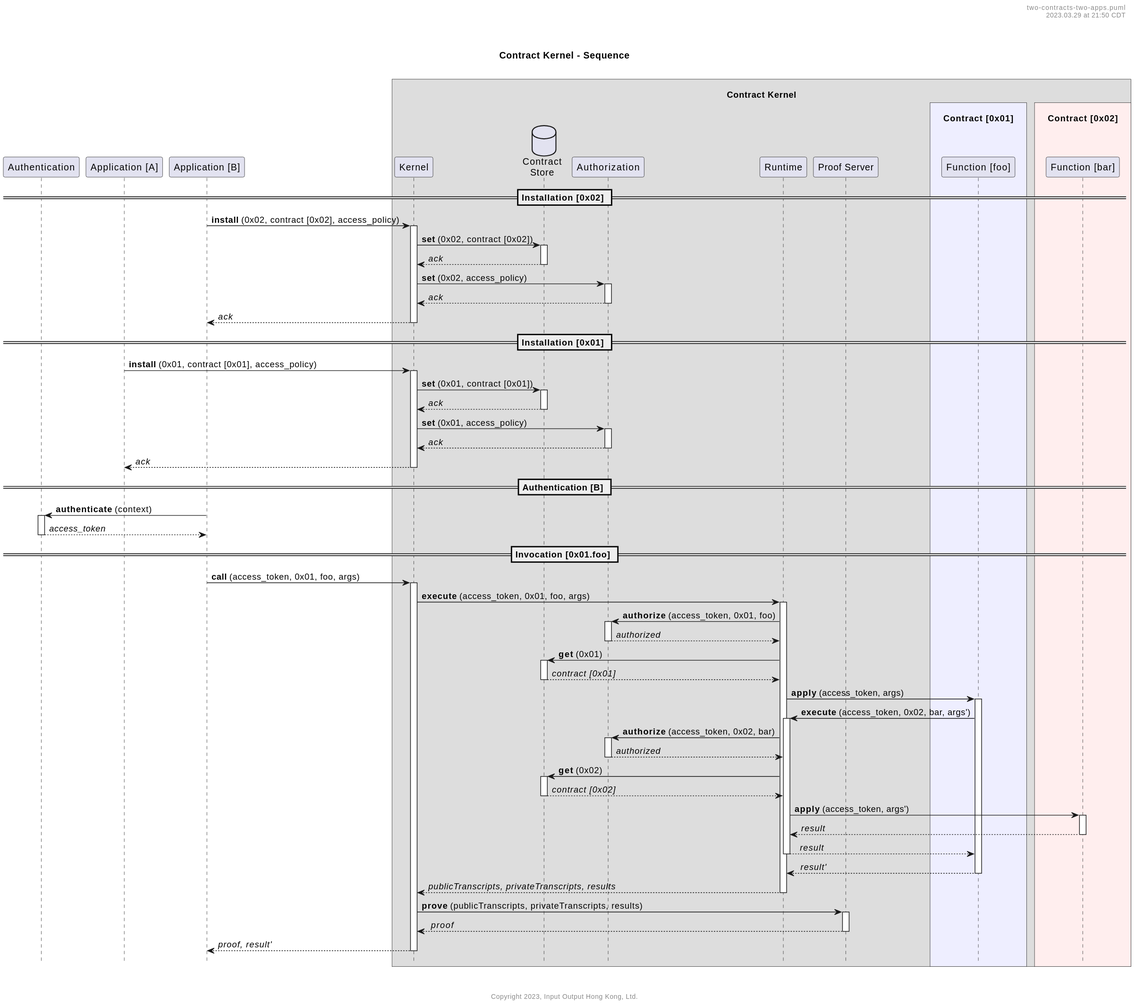
The PlantUML diagram user-flows/contract-interaction/contract-kernel/sequence-diagram/two-contracts-two-apps.svg in midnightntwrk/midnight-architecture, before a commit.
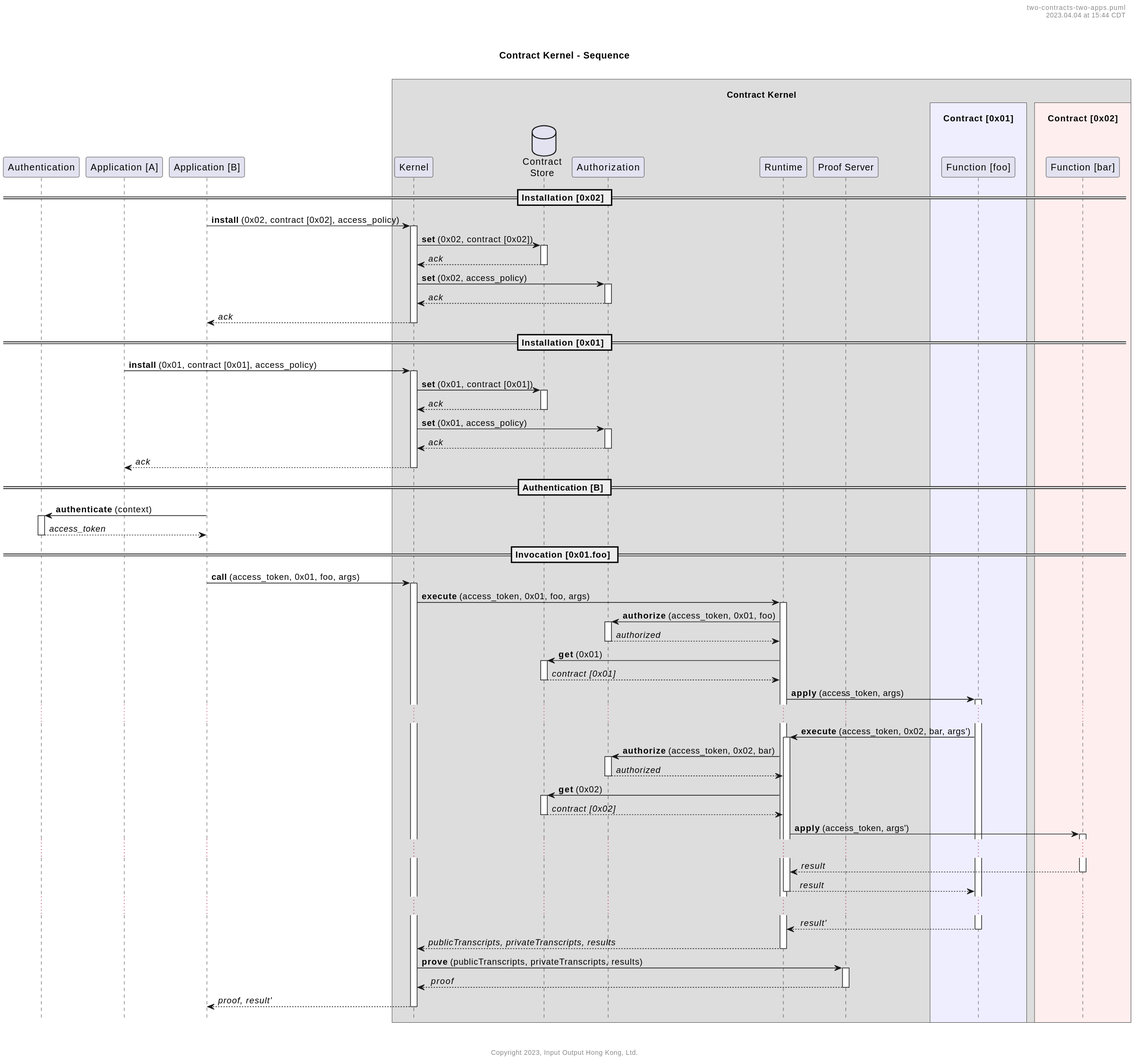
After the change.

Commit message:
Update copy and diagrams

What changed in the source:
```diff
@@ -54,14 +54,17 @@
 runtime -> contracts ++ : **get** (0x01)
 return //contract [0x01]//
 runtime -> foo ++ : **apply** (access_token, args)
+...
 foo -> runtime ++ : **execute** (access_token, 0x02, bar, args')
 runtime -> authorization ++ : **authorize** (access_token, 0x02, bar)
 return //authorized//
 runtime -> contracts ++ : **get** (0x02)
 return //contract [0x02]//
 runtime -> bar ++ : **apply** (access_token, args')
+...
 return //result//
 return //  result//
+...
 return // result'//
 return //publicTranscripts, privateTranscripts, results//
 kernel -> proofServer ++: **prove** (publicTranscripts, privateTranscripts, results)
```
